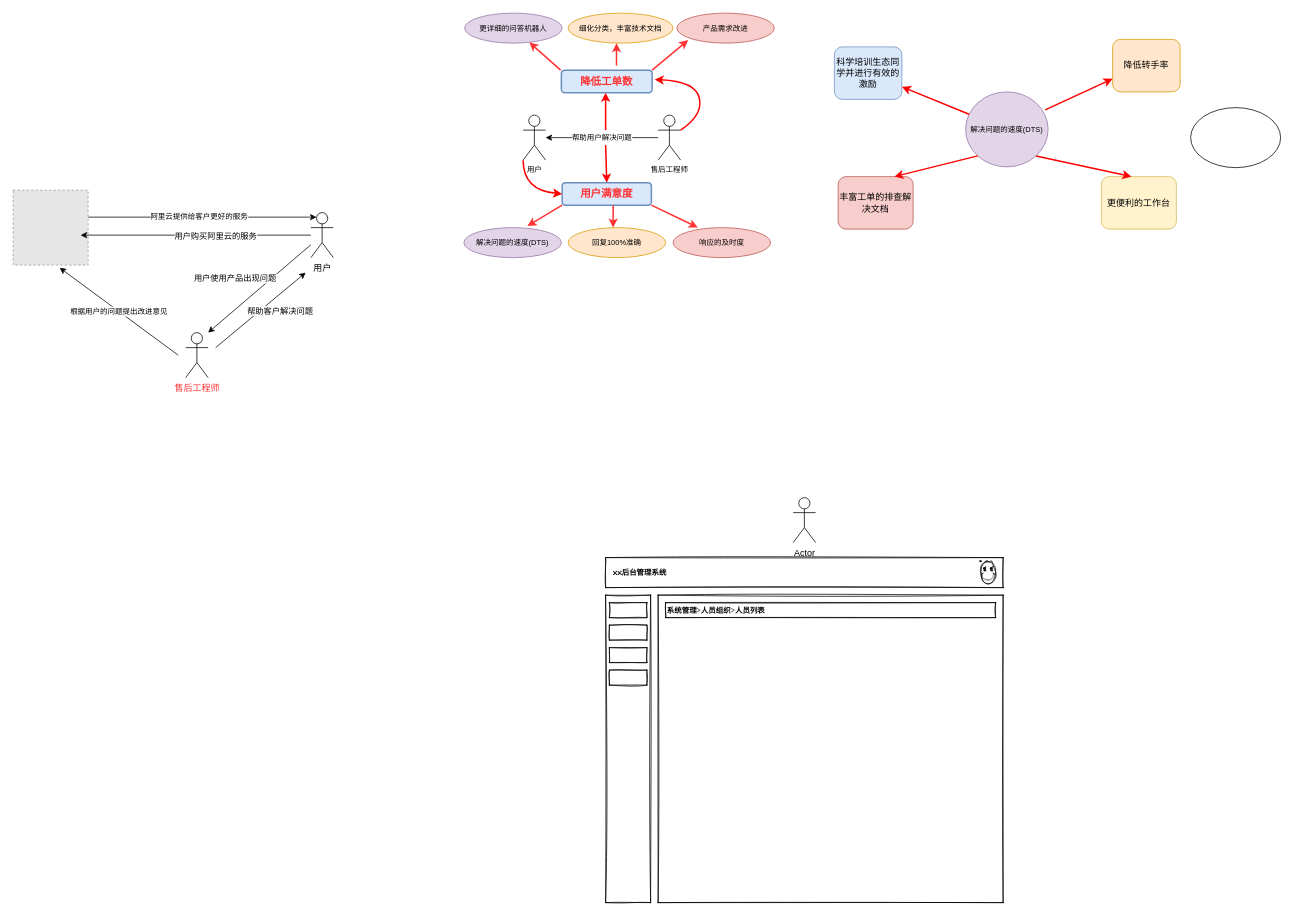
Before: Untitled Diagram.drawio in XinBaoCode/digram, a draw.io diagram. Source tidied: cells renumbered, new cells numbered last; positions are measured from the earlier drawing's top-left corner, leaving out a move shared by most shapes. Both pictures are drawn from the tidied source at 75%, with x=0, y=0 at pixel (13, 13). Pictures stored in the file or linked from it are replaced by grey dashed boxes.
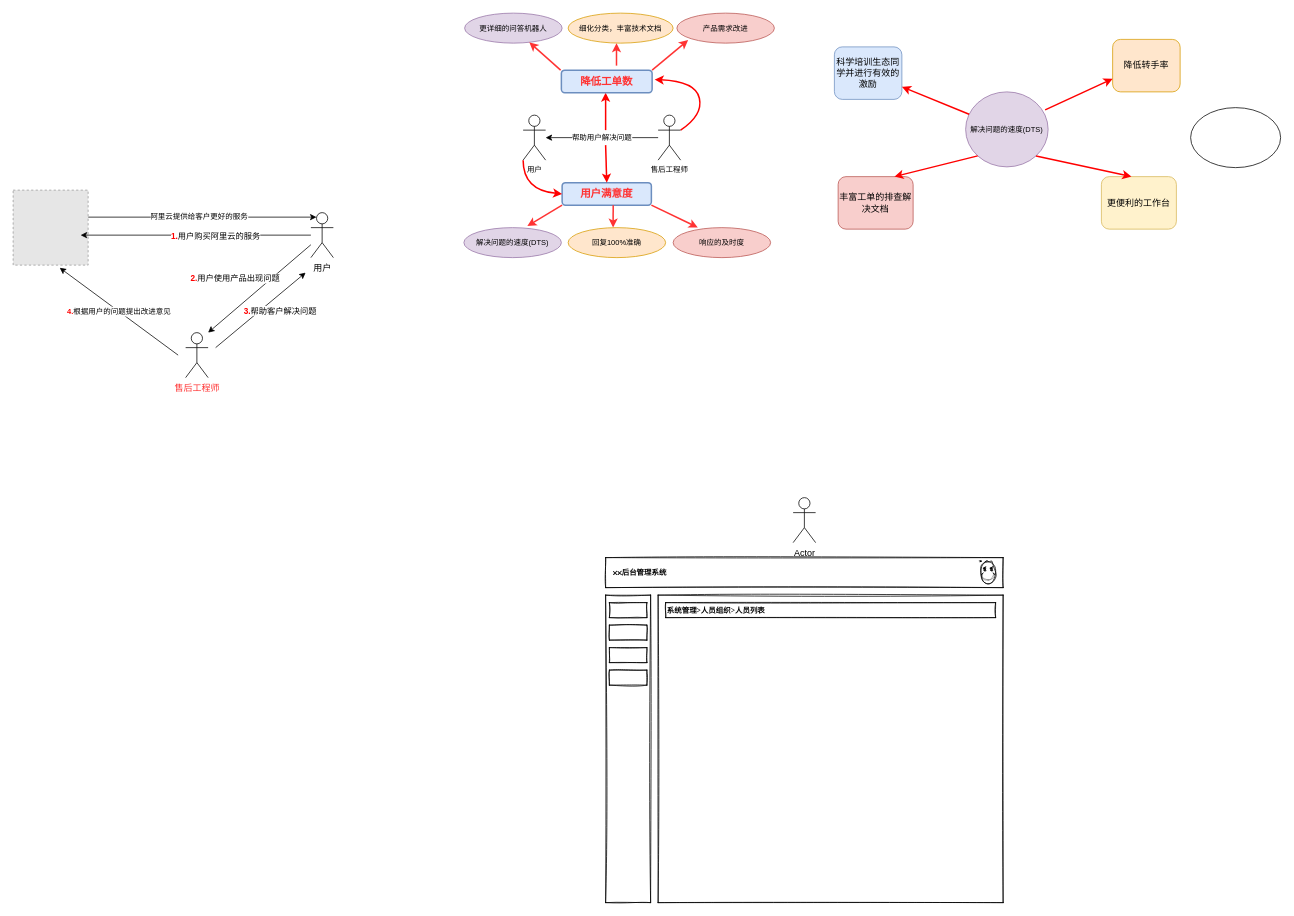
Above is the later version.

Commit message:
阿里云售后.drawio

The change refers to these unchanged cells:
```xml
<mxCell id="15" style="fillColor=#E6E6E6;strokeColor=#999999;dashed=1;verticalLabelPosition=bottom;labelBackgroundColor=default;verticalAlign=top;" parent="1" vertex="1">
  <mxGeometry y="236" width="100" height="100" as="geometry" />
</mxCell>
<mxCell id="17" style="endArrow=classic;html=1;rounded=0;entryX=0.9;entryY=0.6;entryDx=0;entryDy=0;entryPerimeter=0;" parent="1" edge="1" source="12" target="15">
  <mxGeometry relative="1" as="geometry" />
</mxCell>
<mxCell id="19" style="endArrow=classic;html=1;rounded=0;" parent="1" edge="1" source="12">
  <mxGeometry relative="1" as="geometry">
    <mxPoint x="260" y="426" as="targetPoint" />
  </mxGeometry>
</mxCell>
<mxCell id="21" style="endArrow=classic;html=1;rounded=0;" parent="1" edge="1">
  <mxGeometry relative="1" as="geometry">
    <mxPoint x="270" y="446" as="sourcePoint" />
    <mxPoint x="390" y="346" as="targetPoint" />
  </mxGeometry>
</mxCell>
```

Diff of the diagram source:
```diff
@@
-    <mxCell id="18" value="用户购买阿里云的服务" style="edgeLabel;html=1;align=center;verticalAlign=middle;" parent="17" vertex="1">
+    <mxCell id="18" value="&lt;b&gt;&lt;font color=&quot;#ff0000&quot;&gt;1.&lt;/font&gt;&lt;/b&gt;用户购买阿里云的服务" style="edgeLabel;html=1;align=center;verticalAlign=middle;" parent="17" vertex="1">
       <mxGeometry x="-0.22" y="1" relative="1" as="geometry">
         <mxPoint x="-8" y="-1" as="offset" />
       </mxGeometry>
     </mxCell>
@@
-    <mxCell id="20" value="用户使用产品出现问题" style="edgeLabel;html=1;align=center;verticalAlign=middle;" parent="19" vertex="1">
+    <mxCell id="20" value="&lt;b&gt;&lt;font color=&quot;#ff0000&quot;&gt;2.&lt;/font&gt;&lt;/b&gt;用户使用产品出现问题" style="edgeLabel;html=1;align=center;verticalAlign=middle;" parent="19" vertex="1">
       <mxGeometry x="-0.23" y="1" relative="1" as="geometry">
         <mxPoint x="-50" y="-1" as="offset" />
       </mxGeometry>
     </mxCell>
@@
-    <mxCell id="22" value="帮助客户解决问题" style="edgeLabel;html=1;align=center;verticalAlign=middle;" parent="21" vertex="1">
+    <mxCell id="22" value="&lt;b&gt;&lt;font color=&quot;#ff0000&quot;&gt;3.&lt;/font&gt;&lt;/b&gt;帮助客户解决问题" style="edgeLabel;html=1;align=center;verticalAlign=middle;" parent="21" vertex="1">
       <mxGeometry x="0.23" y="-2" relative="1" as="geometry">
         <mxPoint x="10" y="10" as="offset" />
       </mxGeometry>
     </mxCell>
-    <mxCell id="23" value="&lt;font style=&quot;font-size: 10px;&quot; color=&quot;#000000&quot;&gt;根据用户的问题提出改进意见&lt;/font&gt;" style="endArrow=classic;html=1;rounded=0;fontColor=#FF3333;entryX=0.621;entryY=1.036;entryDx=0;entryDy=0;entryPerimeter=0;" parent="1" edge="1" target="15">
+    <mxCell id="23" value="&lt;font style=&quot;font-size: 10px;&quot;&gt;&lt;b style=&quot;&quot;&gt;&lt;font color=&quot;#ff0000&quot;&gt;4.&lt;/font&gt;&lt;/b&gt;&lt;font color=&quot;#000000&quot;&gt;根据用户的问题提出改进意见&lt;/font&gt;&lt;/font&gt;" style="endArrow=classic;html=1;rounded=0;fontColor=#FF3333;entryX=0.621;entryY=1.036;entryDx=0;entryDy=0;entryPerimeter=0;" parent="1" edge="1" target="15">
       <mxGeometry relative="1" as="geometry">
         <mxPoint x="220" y="456" as="sourcePoint" />
       </mxGeometry>
     </mxCell>
```
